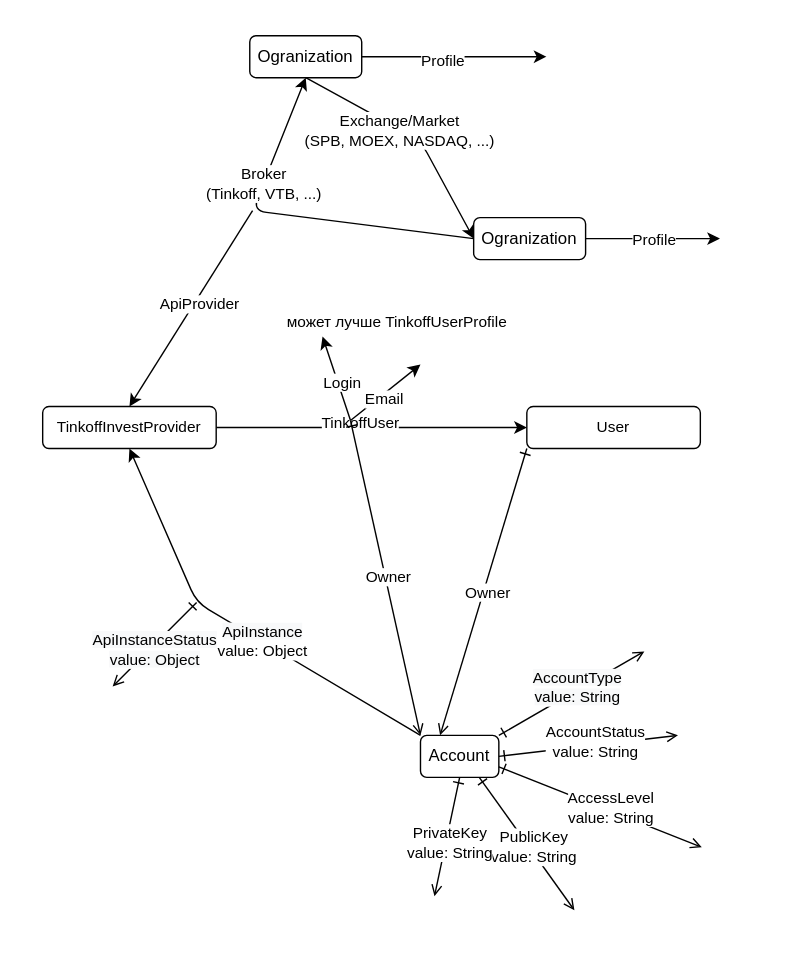
This is src/account/Account.drawio.svg from suenot/deep-tinkoff-invest-api, a draw.io export, as it was before one commit. Source tidied: cells renumbered, new cells last; positions are measured from the earlier drawing's top-left corner, leaving out a move shared by most shapes.
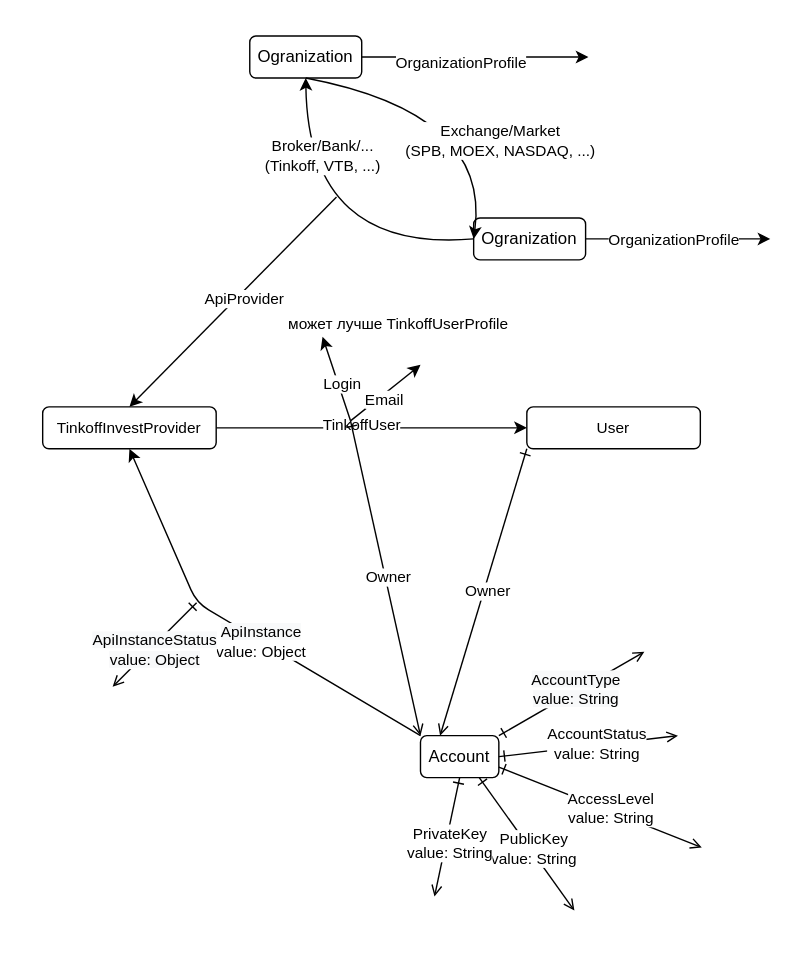
Later version of the same file.

Change to the diagram source:
```diff
@@ -64,12 +64,12 @@
     <mxCell id="17" value="Ogranization" style="rounded=1;whiteSpace=wrap;html=1;labelBackgroundColor=none;" parent="1" vertex="1">
       <mxGeometry x="178" y="25" width="80" height="30" as="geometry" />
     </mxCell>
-    <mxCell id="18" style="edgeStyle=none;html=1;exitX=1;exitY=0.5;exitDx=0;exitDy=0;entryX=0;entryY=0.5;entryDx=0;entryDy=0;" parent="1" edge="1" source="17">
+    <mxCell id="18" style="edgeStyle=none;html=1;exitX=1;exitY=0.5;exitDx=0;exitDy=0;" parent="1" edge="1" source="17">
       <mxGeometry relative="1" as="geometry">
-        <mxPoint x="390" y="40" as="targetPoint" />
+        <mxPoint x="420" y="40" as="targetPoint" />
       </mxGeometry>
     </mxCell>
-    <mxCell id="19" value="Profile" style="edgeLabel;html=1;align=center;verticalAlign=middle;" parent="18" vertex="1">
+    <mxCell id="19" value="OrganizationProfile" style="edgeLabel;html=1;align=center;verticalAlign=middle;" parent="18" vertex="1">
       <mxGeometry x="-0.12" y="-3" relative="1" as="geometry">
         <mxPoint x="-1" as="offset" />
       </mxGeometry>
@@ -77,25 +77,27 @@
     <mxCell id="20" value="Ogranization" style="rounded=1;whiteSpace=wrap;html=1;labelBackgroundColor=none;" parent="1" vertex="1">
       <mxGeometry x="338" y="155" width="80" height="30" as="geometry" />
     </mxCell>
-    <mxCell id="21" style="edgeStyle=none;html=1;exitX=0.5;exitY=1;exitDx=0;exitDy=0;entryX=0;entryY=0.5;entryDx=0;entryDy=0;" parent="1" edge="1" source="17" target="20">
+    <mxCell id="21" style="edgeStyle=none;html=1;exitX=0.5;exitY=1;exitDx=0;exitDy=0;entryX=0;entryY=0.5;entryDx=0;entryDy=0;curved=1;" parent="1" edge="1" source="17" target="20">
       <mxGeometry relative="1" as="geometry">
         <Array as="points">
-          <mxPoint x="300" y="100" />
+          <mxPoint x="350" y="80" />
         </Array>
       </mxGeometry>
     </mxCell>
     <mxCell id="22" value="Exchange/Market&lt;br&gt;(SPB, MOEX, NASDAQ, ...)" style="edgeLabel;html=1;align=center;verticalAlign=middle;" parent="21" vertex="1">
       <mxGeometry x="-0.11" y="-2" relative="1" as="geometry">
-        <mxPoint y="-1" as="offset" />
+        <mxPoint x="40" y="24" as="offset" />
       </mxGeometry>
     </mxCell>
-    <mxCell id="23" style="edgeStyle=none;html=1;exitX=1;exitY=0.5;exitDx=0;exitDy=0;entryX=0;entryY=0.5;entryDx=0;entryDy=0;" parent="1" edge="1" source="20">
+    <mxCell id="23" style="edgeStyle=none;html=1;exitX=1;exitY=0.5;exitDx=0;exitDy=0;" parent="1" edge="1" source="20">
       <mxGeometry relative="1" as="geometry">
-        <mxPoint x="514" y="170" as="targetPoint" />
+        <mxPoint x="550" y="170" as="targetPoint" />
       </mxGeometry>
     </mxCell>
-    <mxCell id="24" value="Profile" style="edgeLabel;html=1;align=center;verticalAlign=middle;fontSize=11;" parent="23" vertex="1">
-      <mxGeometry x="0.01" y="-1" relative="1" as="geometry" />
+    <mxCell id="24" value="OrganizationProfile" style="edgeLabel;html=1;align=center;verticalAlign=middle;fontSize=11;" parent="23" vertex="1">
+      <mxGeometry x="0.01" y="-1" relative="1" as="geometry">
+        <mxPoint x="-5" y="-1" as="offset" />
+      </mxGeometry>
     </mxCell>
     <mxCell id="25" style="edgeStyle=none;html=1;exitX=1;exitY=0.5;exitDx=0;exitDy=0;entryX=0;entryY=0.5;entryDx=0;entryDy=0;fontSize=11;" parent="1" edge="1" source="27" target="28">
       <mxGeometry relative="1" as="geometry" />
@@ -109,21 +111,21 @@
     <mxCell id="28" value="&lt;span style=&quot;font-size: 11px&quot;&gt;User&lt;/span&gt;" style="rounded=1;whiteSpace=wrap;html=1;labelBackgroundColor=none;" parent="1" vertex="1">
       <mxGeometry x="376" y="290" width="124" height="30" as="geometry" />
     </mxCell>
-    <mxCell id="29" style="edgeStyle=none;html=1;exitX=0;exitY=0.5;exitDx=0;exitDy=0;entryX=0.5;entryY=1;entryDx=0;entryDy=0;" parent="1" edge="1" source="20" target="17">
+    <mxCell id="29" style="edgeStyle=none;html=1;exitX=0;exitY=0.5;exitDx=0;exitDy=0;entryX=0.5;entryY=1;entryDx=0;entryDy=0;curved=1;" parent="1" edge="1" source="20" target="17">
       <mxGeometry relative="1" as="geometry">
         <Array as="points">
-          <mxPoint x="180" y="150" />
+          <mxPoint x="220" y="180" />
         </Array>
       </mxGeometry>
     </mxCell>
-    <mxCell id="30" value="Broker&lt;br&gt;(Tinkoff, VTB, ...)" style="edgeLabel;html=1;align=center;verticalAlign=middle;" parent="29" vertex="1">
+    <mxCell id="30" value="Broker/Bank/...&lt;br&gt;(Tinkoff, VTB, ...)" style="edgeLabel;html=1;align=center;verticalAlign=middle;" parent="29" vertex="1">
       <mxGeometry x="-0.11" y="-2" relative="1" as="geometry">
-        <mxPoint x="-35" y="-23" as="offset" />
+        <mxPoint y="-67" as="offset" />
       </mxGeometry>
     </mxCell>
     <mxCell id="31" style="edgeStyle=none;html=1;entryX=0.5;entryY=0;entryDx=0;entryDy=0;fontSize=11;" parent="1" edge="1" target="27">
       <mxGeometry relative="1" as="geometry">
-        <mxPoint x="180" y="150" as="sourcePoint" />
+        <mxPoint x="240" y="140" as="sourcePoint" />
       </mxGeometry>
     </mxCell>
     <mxCell id="32" value="ApiProvider" style="edgeLabel;html=1;align=center;verticalAlign=middle;fontSize=11;" parent="31" vertex="1">
```
